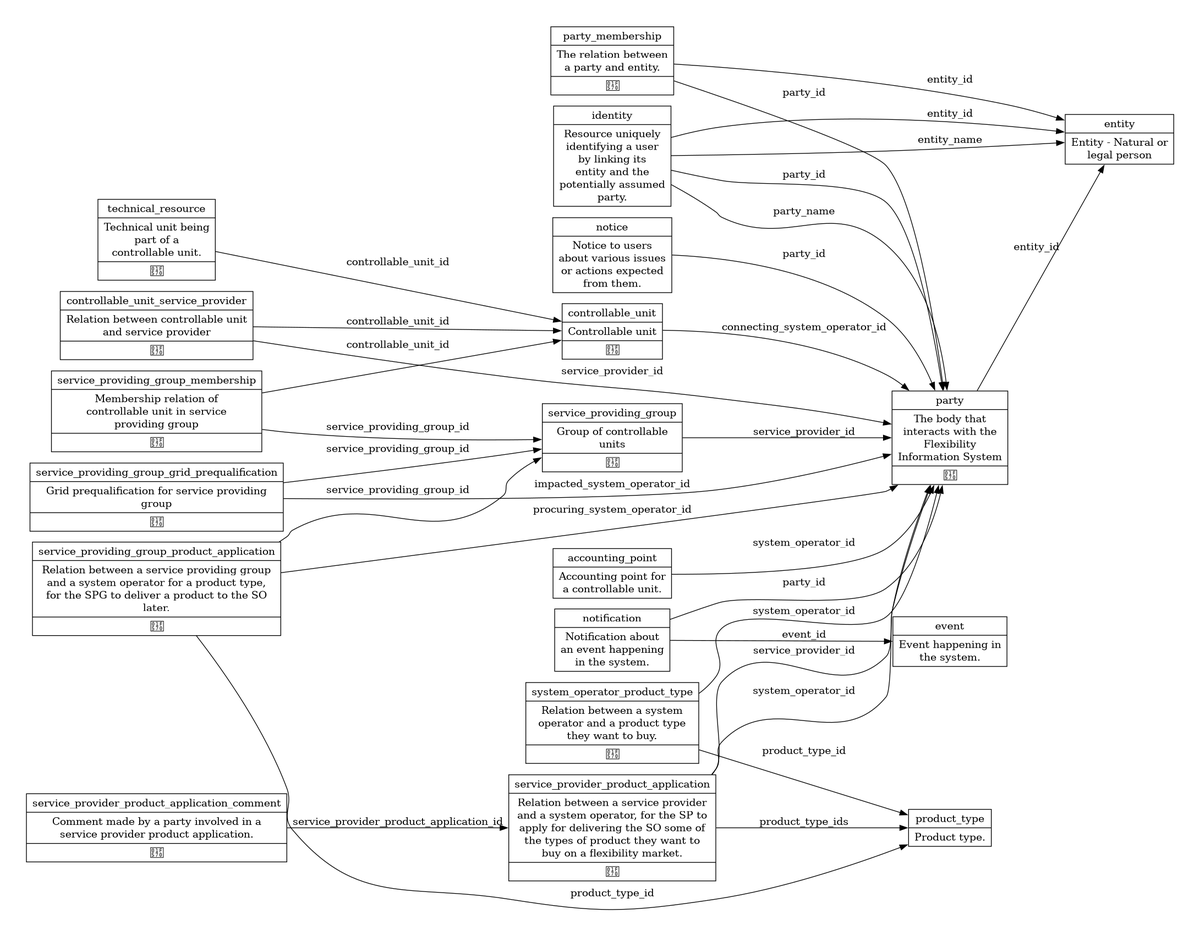
Earlier version of the PlantUML export docs/diagrams/resources.png (elhub/flex-information-system). Its source is kept beside it as docs/diagrams/resources.plantuml.
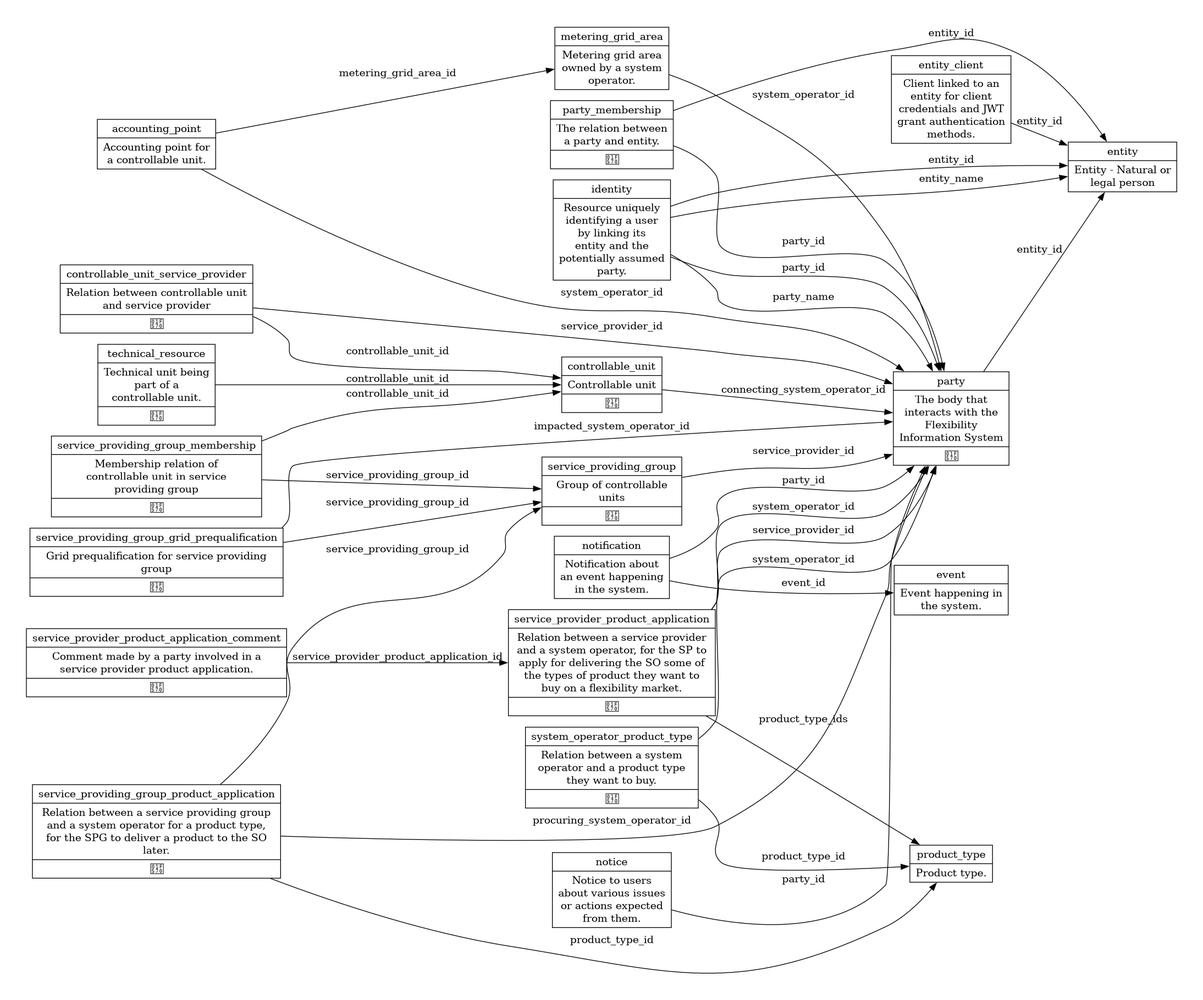
The same diagram one commit later.

Diff of the diagram source:
```diff
@@ -36,7 +36,10 @@
     notification -> event     [label=event_id]
     notification -> party     [label=party_id]
     accounting_point    [label="{accounting_point}|{Accounting point for\na controllable unit.}" shape=record style=solid]
+    accounting_point -> metering_grid_area     [label=metering_grid_area_id]
     accounting_point -> party     [label=system_operator_id]
+    metering_grid_area    [label="{metering_grid_area}|{Metering grid area\nowned by a system\noperator.}" shape=record style=solid]
+    metering_grid_area -> party     [label=system_operator_id]
     product_type    [label="{product_type}|{Product type.}" shape=record style=solid]
     system_operator_product_type    [label="{system_operator_product_type}|{Relation between a system\noperator and a product type\nthey want to buy.}|{🕰️}" shape=record style=solid]
     system_operator_product_type -> party     [label=system_operator_id]
```
